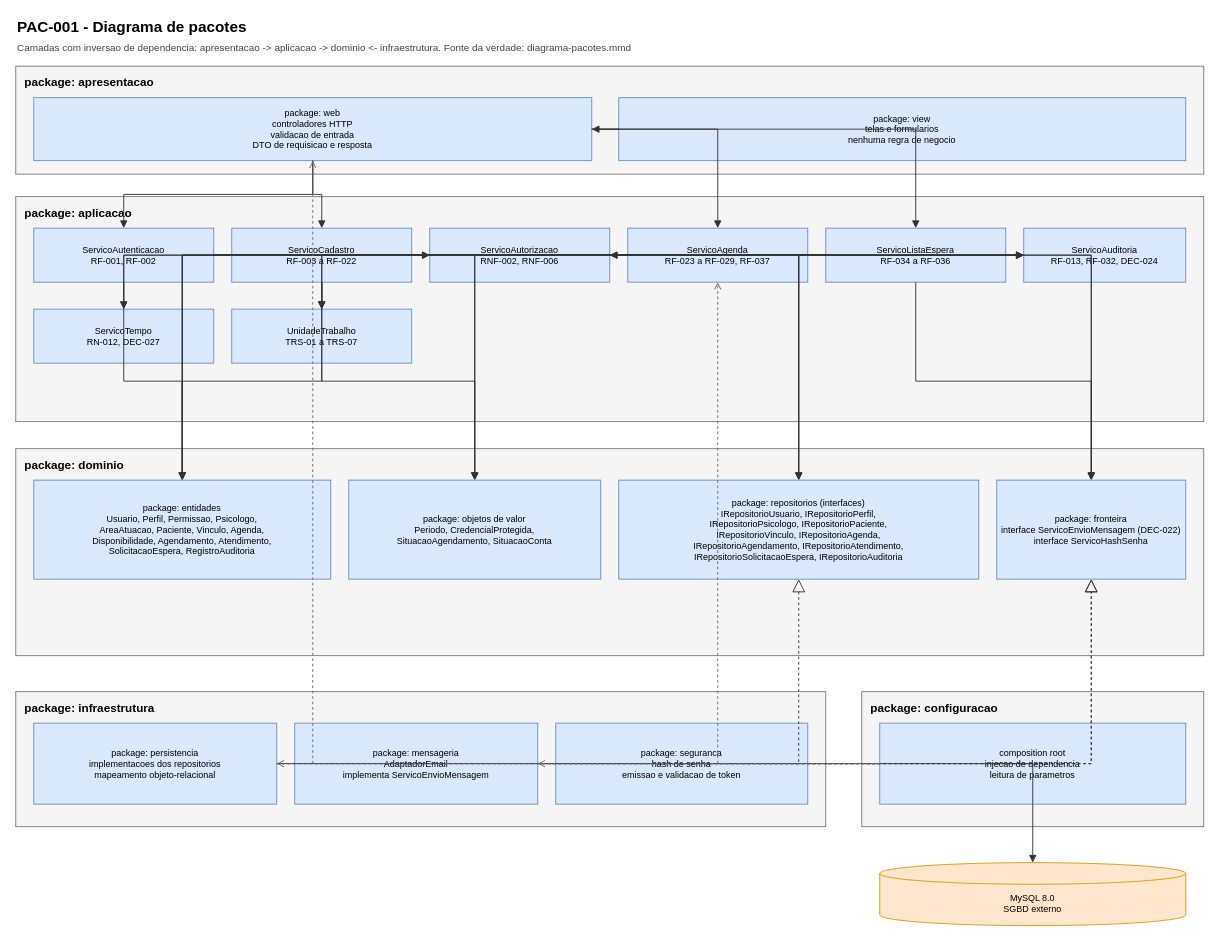
This is 03-uml/Pacotes/diagrama-pacotes.drawio.xml from taiyo4/MOO-AV3, a draw.io file, before an edit. Source tidied: cells renumbered, new cells numbered last; positions are measured from the earlier drawing's top-left corner, leaving out a move shared by most shapes. Both pictures are drawn from the tidied source at 90%, with x=0, y=0 at pixel (15, 15).
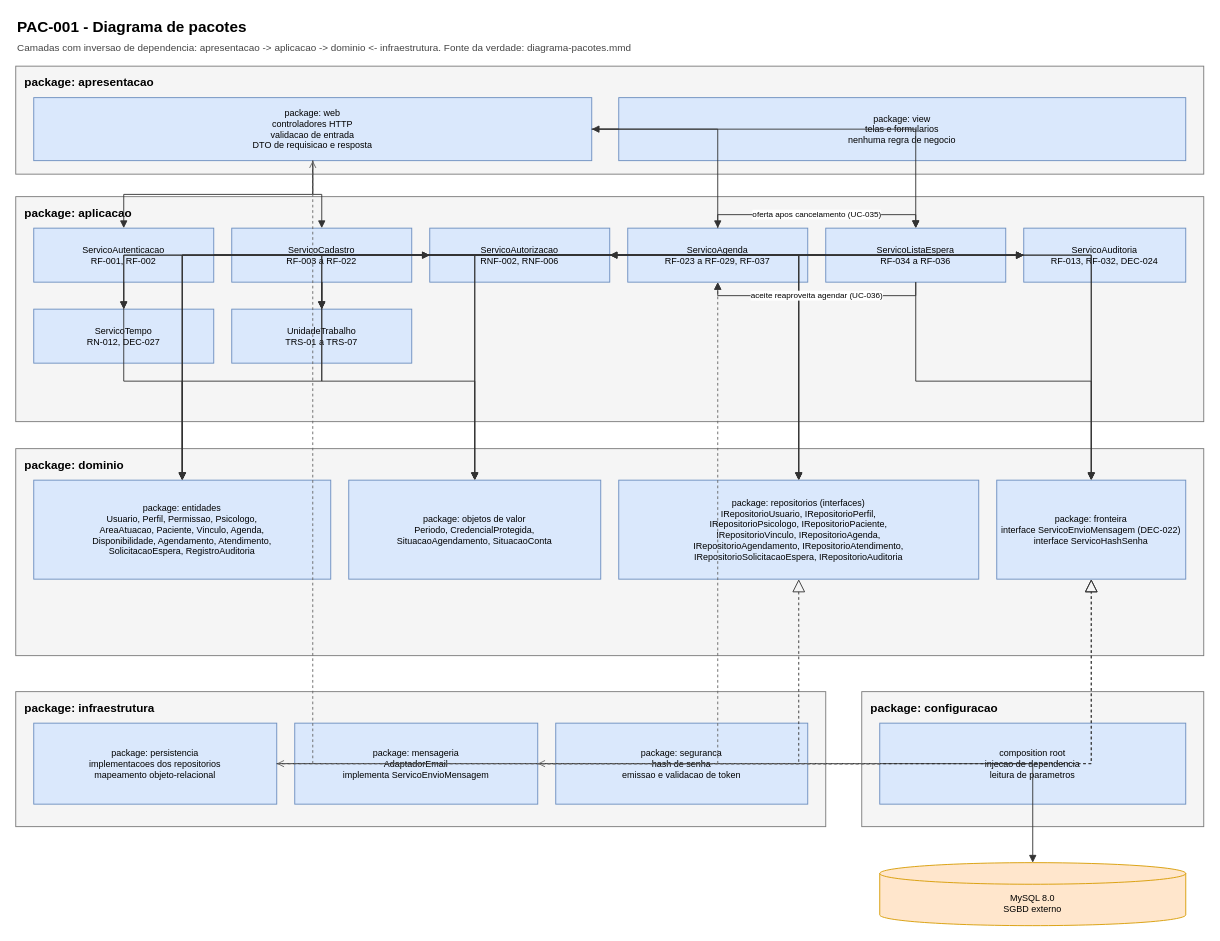
Above is the later version.

The change refers to these unchanged cells:
```xml
<mxCell id="11" value="ServicoAgenda&lt;br&gt;RF-023 a RF-029, RF-037" style="rounded=0;whiteSpace=wrap;html=1;fillColor=#dae8fc;strokeColor=#6c8ebf;fontSize=10;align=center;verticalAlign=middle;" parent="1" vertex="1">
  <mxGeometry x="680" y="236" width="200" height="60" as="geometry" />
</mxCell>
<mxCell id="12" value="ServicoListaEspera&lt;br&gt;RF-034 a RF-036" style="rounded=0;whiteSpace=wrap;html=1;fillColor=#dae8fc;strokeColor=#6c8ebf;fontSize=10;align=center;verticalAlign=middle;" parent="1" vertex="1">
  <mxGeometry x="900" y="236" width="200" height="60" as="geometry" />
</mxCell>
```

What changed in the source:
```diff
@@
+    <mxCell id="68" value="oferta apos cancelamento (UC-035)" style="edgeStyle=orthogonalEdgeStyle;rounded=0;html=1;endArrow=block;endFill=1;fontSize=9;labelBackgroundColor=#ffffff;strokeColor=#333333;" parent="1" edge="1" source="11" target="12">
+      <mxGeometry relative="1" as="geometry">
+        <Array as="points">
+          <mxPoint x="780" y="221" />
+          <mxPoint x="1000" y="221" />
+        </Array>
+      </mxGeometry>
+    </mxCell>
+    <mxCell id="69" value="aceite reaproveita agendar (UC-036)" style="edgeStyle=orthogonalEdgeStyle;rounded=0;html=1;endArrow=block;endFill=1;fontSize=9;labelBackgroundColor=#ffffff;strokeColor=#333333;" parent="1" edge="1" source="12" target="11">
+      <mxGeometry relative="1" as="geometry">
+        <Array as="points">
+          <mxPoint x="1000" y="311" />
+          <mxPoint x="780" y="311" />
+        </Array>
+      </mxGeometry>
+    </mxCell>
```
